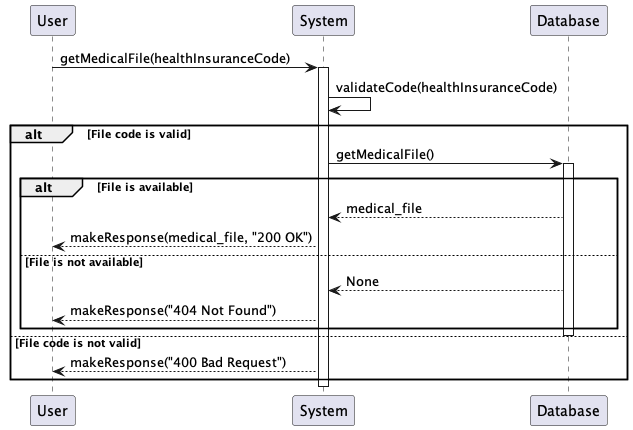
The PlantUML diagram plantUml/sequence-access.png in KevenJAntenor/Quebec-Centralized-Medical-Record-System, before a commit. Its diagram source:
```plantuml
@startuml

participant "User" as User
participant "System" as System
participant "Database" as Database

User -> System: getMedicalFile(healthInsuranceCode)
activate System
System -> System: validateCode(healthInsuranceCode)
alt File code is valid
    System -> Database: getMedicalFile()
    activate Database
    alt File is available
        Database --> System: medical_file
        System --> User: makeResponse(medical_file, "200 OK")
    else File is not available
        Database --> System: None
        System --> User: makeResponse("404 Not Found")
    end
    deactivate Database
else File code is not valid
    System --> User: makeResponse("400 Bad Request")
end
deactivate System

@enduml
```
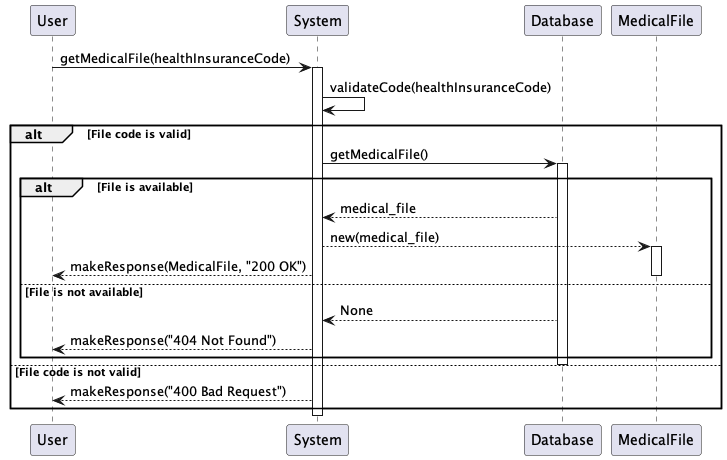
Above is the later version.

The edit, as a diff of the source:
```diff
@@ -3,6 +3,7 @@
 participant "User" as User
 participant "System" as System
 participant "Database" as Database
+participant "MedicalFile" as MedFile
 
 User -> System: getMedicalFile(healthInsuranceCode)
 activate System
@@ -12,7 +13,10 @@
     activate Database
     alt File is available
         Database --> System: medical_file
-        System --> User: makeResponse(medical_file, "200 OK")
+        System --> MedFile: new(medical_file)
+        activate MedFile
+        System --> User: makeResponse(MedicalFile, "200 OK")
+        deactivate MedFile
     else File is not available
         Database --> System: None
         System --> User: makeResponse("404 Not Found")
```
